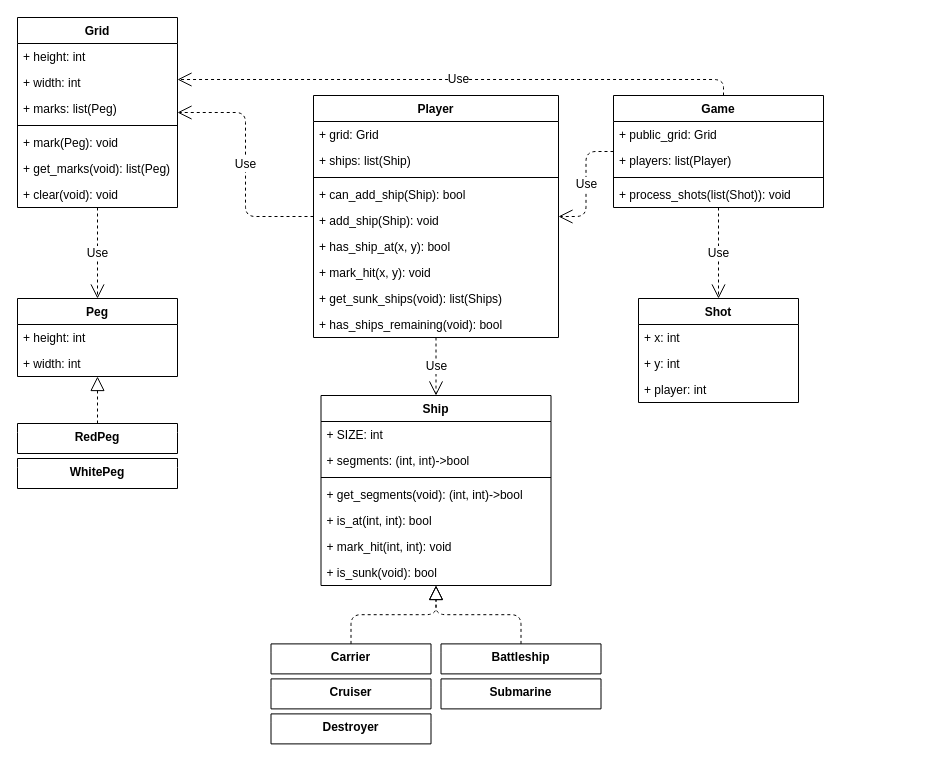
This is battleship.drawio from colorfuldisaster/battleship, a draw.io file, before an edit. Source tidied: cells renumbered, new cells numbered last; positions are measured from the earlier drawing's top-left corner, leaving out a move shared by most shapes. Both pictures are drawn from the tidied source at 100%, with x=0, y=0 at pixel (17, 17).
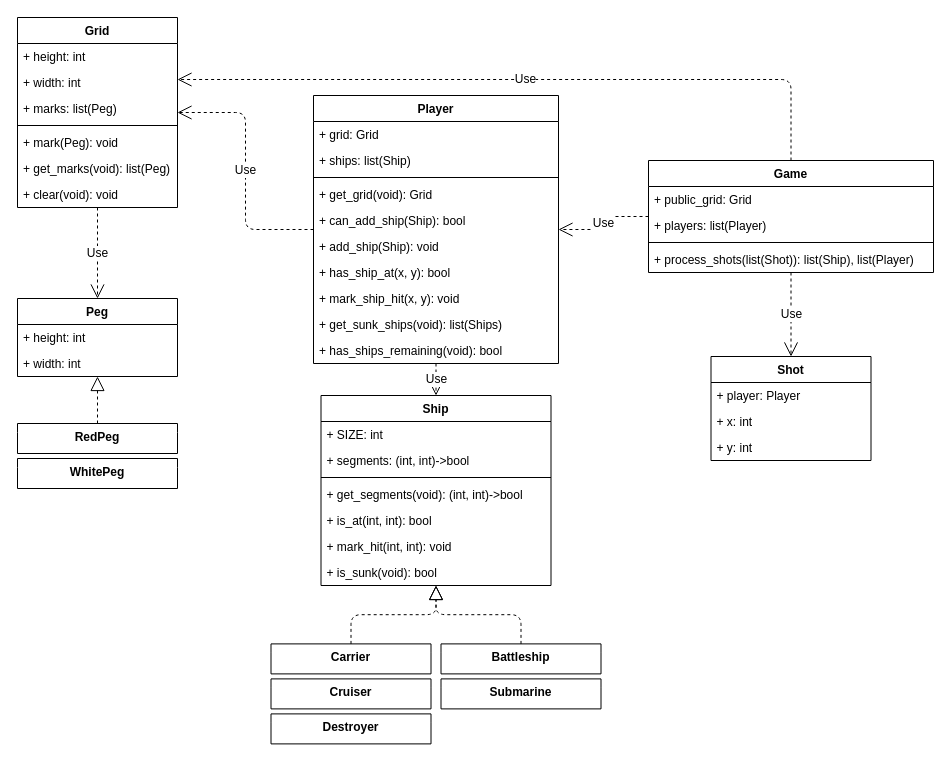
The same diagram, later.

Unchanged cells that the change refers to:
```xml
<mxCell id="4" value="Grid" style="swimlane;fontStyle=1;align=center;verticalAlign=top;horizontal=1;startSize=26;" parent="1" vertex="1">
  <mxGeometry width="160" height="190" as="geometry" />
</mxCell>
```

The edit, as a diff of the source:
```diff
@@
     <mxCell id="20" value="Player" style="swimlane;fontStyle=1;align=center;verticalAlign=top;horizontal=1;startSize=26;fontSize=12;" parent="1" vertex="1">
-      <mxGeometry x="296" y="78" width="245" height="242" as="geometry" />
+      <mxGeometry x="296" y="78" width="245" height="268" as="geometry" />
     </mxCell>
@@
-    <mxCell id="24" value="+ can_add_ship(Ship): bool" style="text;strokeColor=none;fillColor=none;align=left;verticalAlign=top;spacingLeft=4;spacingRight=4;overflow=hidden;" parent="20" vertex="1">
+    <mxCell id="24" value="+ get_grid(void): Grid" style="text;strokeColor=none;fillColor=none;align=left;verticalAlign=top;spacingLeft=4;spacingRight=4;overflow=hidden;" parent="20" vertex="1">
       <mxGeometry y="86" width="245" height="26" as="geometry" />
     </mxCell>
+    <mxCell id="56" value="+ can_add_ship(Ship): bool" style="text;strokeColor=none;fillColor=none;align=left;verticalAlign=top;spacingLeft=4;spacingRight=4;overflow=hidden;" parent="20" vertex="1">
+      <mxGeometry y="112" width="245" height="26" as="geometry" />
+    </mxCell>
     <mxCell id="25" value="+ add_ship(Ship): void" style="text;strokeColor=none;fillColor=none;align=left;verticalAlign=top;spacingLeft=4;spacingRight=4;overflow=hidden;" parent="20" vertex="1">
-      <mxGeometry y="112" width="245" height="26" as="geometry" />
+      <mxGeometry y="138" width="245" height="26" as="geometry" />
     </mxCell>
     <mxCell id="26" value="+ has_ship_at(x, y): bool" style="text;strokeColor=none;fillColor=none;align=left;verticalAlign=top;spacingLeft=4;spacingRight=4;overflow=hidden;" parent="20" vertex="1">
-      <mxGeometry y="138" width="245" height="26" as="geometry" />
+      <mxGeometry y="164" width="245" height="26" as="geometry" />
     </mxCell>
-    <mxCell id="27" value="+ mark_hit(x, y): void" style="text;strokeColor=none;fillColor=none;align=left;verticalAlign=top;spacingLeft=4;spacingRight=4;overflow=hidden;" parent="20" vertex="1">
-      <mxGeometry y="164" width="245" height="26" as="geometry" />
+    <mxCell id="27" value="+ mark_ship_hit(x, y): void" style="text;strokeColor=none;fillColor=none;align=left;verticalAlign=top;spacingLeft=4;spacingRight=4;overflow=hidden;" parent="20" vertex="1">
+      <mxGeometry y="190" width="245" height="26" as="geometry" />
     </mxCell>
     <mxCell id="28" value="+ get_sunk_ships(void): list(Ships)" style="text;strokeColor=none;fillColor=none;align=left;verticalAlign=top;spacingLeft=4;spacingRight=4;overflow=hidden;" parent="20" vertex="1">
-      <mxGeometry y="190" width="245" height="26" as="geometry" />
+      <mxGeometry y="216" width="245" height="26" as="geometry" />
     </mxCell>
     <mxCell id="29" value="+ has_ships_remaining(void): bool" style="text;strokeColor=none;fillColor=none;align=left;verticalAlign=top;spacingLeft=4;spacingRight=4;overflow=hidden;" parent="20" vertex="1">
-      <mxGeometry y="216" width="245" height="26" as="geometry" />
+      <mxGeometry y="242" width="245" height="26" as="geometry" />
     </mxCell>
@@
     <mxCell id="33" value="Game" style="swimlane;fontStyle=1;align=center;verticalAlign=top;horizontal=1;startSize=26;fontSize=12;" parent="1" vertex="1">
-      <mxGeometry x="596" y="78" width="210" height="112" as="geometry" />
+      <mxGeometry x="631" y="143" width="285" height="112" as="geometry" />
     </mxCell>
     <mxCell id="34" value="+ public_grid: Grid" style="text;strokeColor=none;fillColor=none;align=left;verticalAlign=top;spacingLeft=4;spacingRight=4;overflow=hidden;" parent="33" vertex="1">
-      <mxGeometry y="26" width="210" height="26" as="geometry" />
+      <mxGeometry y="26" width="285" height="26" as="geometry" />
     </mxCell>
     <mxCell id="35" value="+ players: list(Player)" style="text;strokeColor=none;fillColor=none;align=left;verticalAlign=top;spacingLeft=4;spacingRight=4;overflow=hidden;" parent="33" vertex="1">
-      <mxGeometry y="52" width="210" height="26" as="geometry" />
+      <mxGeometry y="52" width="285" height="26" as="geometry" />
     </mxCell>
     <mxCell id="36" style="line;strokeWidth=1;fillColor=none;align=left;verticalAlign=middle;spacingTop=-1;spacingLeft=3;spacingRight=3;labelPosition=right;" parent="33" vertex="1">
-      <mxGeometry y="78" width="210" height="8" as="geometry" />
+      <mxGeometry y="78" width="285" height="8" as="geometry" />
     </mxCell>
-    <mxCell id="37" value="+ process_shots(list(Shot)): void" style="text;strokeColor=none;fillColor=none;align=left;verticalAlign=top;spacingLeft=4;spacingRight=4;overflow=hidden;" parent="33" vertex="1">
-      <mxGeometry y="86" width="210" height="26" as="geometry" />
+    <mxCell id="37" value="+ process_shots(list(Shot)): list(Ship), list(Player)" style="text;strokeColor=none;fillColor=none;align=left;verticalAlign=top;spacingLeft=4;spacingRight=4;overflow=hidden;" parent="33" vertex="1">
+      <mxGeometry y="86" width="285" height="26" as="geometry" />
     </mxCell>
@@
     <mxCell id="39" value="Use" style="endArrow=open;endSize=12;dashed=1;html=1;fontSize=12;edgeStyle=orthogonalEdgeStyle;" parent="1" edge="1" source="33" target="4">
       <mxGeometry relative="1" as="geometry">
         <Array as="points">
-          <mxPoint x="706" y="62" />
-          <mxPoint x="80" y="62" />
+          <mxPoint x="774" y="62" />
         </Array>
       </mxGeometry>
     </mxCell>
@@
     <mxCell id="51" value="Shot" style="swimlane;fontStyle=1;align=center;verticalAlign=top;horizontal=1;startSize=26;rounded=0;shadow=0;glass=0;comic=0;strokeColor=#000000;fontSize=12;" parent="1" vertex="1">
-      <mxGeometry x="621" y="281" width="160" height="104" as="geometry" />
+      <mxGeometry x="693.5" y="339" width="160" height="104" as="geometry" />
     </mxCell>
+    <mxCell id="54" value="+ player: Player" style="text;strokeColor=none;fillColor=none;align=left;verticalAlign=top;spacingLeft=4;spacingRight=4;overflow=hidden;" parent="51" vertex="1">
+      <mxGeometry y="26" width="160" height="26" as="geometry" />
+    </mxCell>
     <mxCell id="52" value="+ x: int" style="text;strokeColor=none;fillColor=none;align=left;verticalAlign=top;spacingLeft=4;spacingRight=4;overflow=hidden;" parent="51" vertex="1">
-      <mxGeometry y="26" width="160" height="26" as="geometry" />
+      <mxGeometry y="52" width="160" height="26" as="geometry" />
     </mxCell>
     <mxCell id="53" value="+ y: int" style="text;strokeColor=none;fillColor=none;align=left;verticalAlign=top;spacingLeft=4;spacingRight=4;overflow=hidden;" parent="51" vertex="1">
-      <mxGeometry y="52" width="160" height="26" as="geometry" />
+      <mxGeometry y="78" width="160" height="26" as="geometry" />
     </mxCell>
-    <mxCell id="54" value="+ player: int" style="text;strokeColor=none;fillColor=none;align=left;verticalAlign=top;spacingLeft=4;spacingRight=4;overflow=hidden;" parent="51" vertex="1">
-      <mxGeometry y="78" width="160" height="26" as="geometry" />
-    </mxCell>
```
